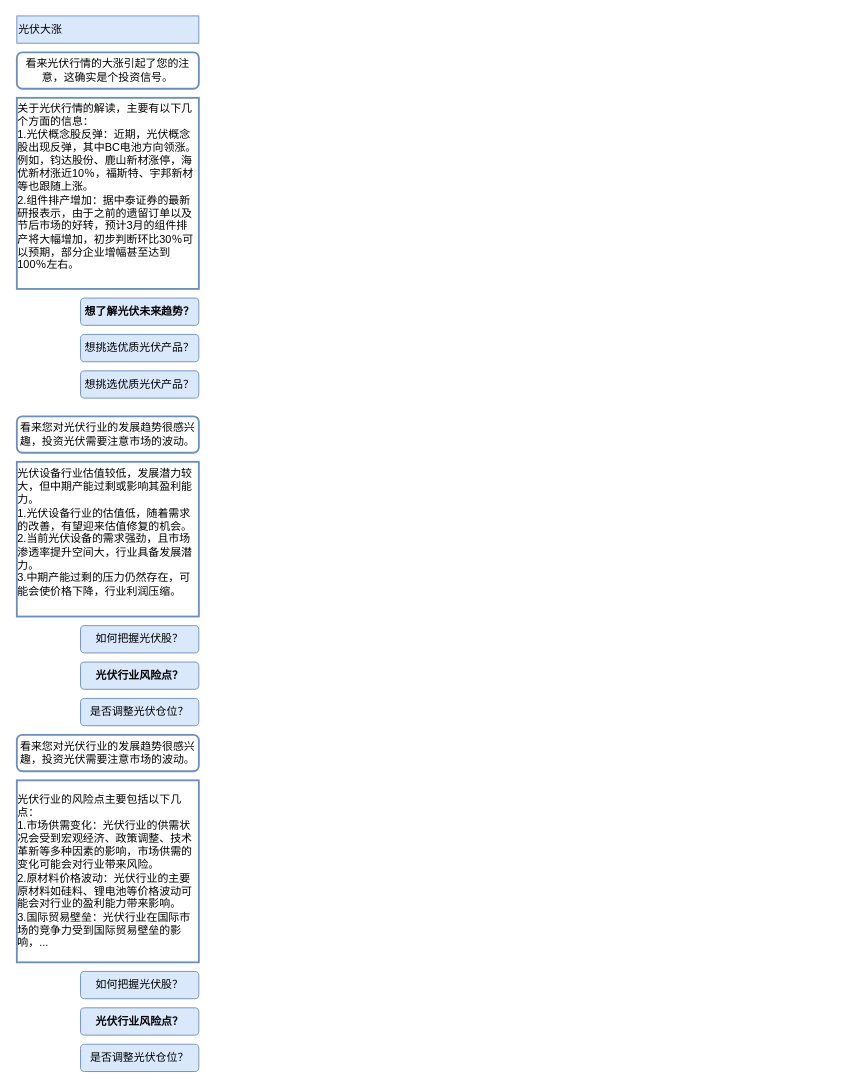
The draw.io diagram 中心场服务引导.drawio in ZhangHammer/ZhangHammer, before the edit. Source tidied: cells renumbered, new cells numbered last; positions are measured from the earlier drawing's top-left corner, leaving out a move shared by most shapes. Both pictures are drawn from the tidied source at 91%, with x=0, y=0 at pixel (16, 15).
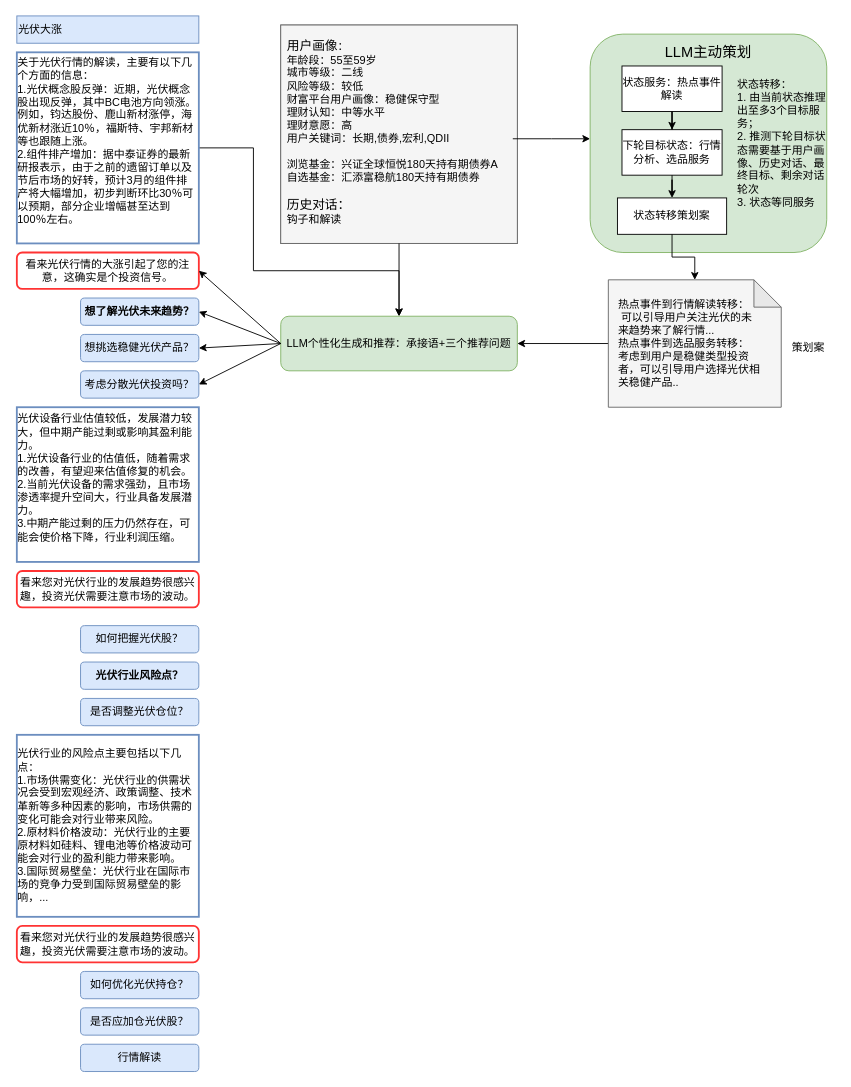
Above is the later version.

Commit message (it also covers changes not shown here):
中心场服务引导.drawio

The change refers to these unchanged cells:
```xml
<mxCell id="4" value="&lt;div class=&quot;lake-content&quot;&gt;&lt;strong&gt;想了解光伏未来趋势？&lt;/strong&gt;&lt;/div&gt;" style="rounded=1;whiteSpace=wrap;html=1;fillColor=#dae8fc;strokeColor=#6c8ebf;" parent="1" vertex="1">
  <mxGeometry x="70" y="310" width="130" height="30" as="geometry" />
</mxCell>
```

The edit, as a diff of the source:
```diff
@@
+    <mxCell id="18" style="edgeStyle=orthogonalEdgeStyle;rounded=0;jettySize=auto;html=1;exitX=1;exitY=0.5;exitDx=0;exitDy=0;entryX=0.5;entryY=0;entryDx=0;entryDy=0;" parent="1" edge="1" source="3" target="20">
+      <mxGeometry relative="1" as="geometry">
+        <Array as="points">
+          <mxPoint x="260" y="145" />
+          <mxPoint x="260" y="280" />
+          <mxPoint x="420" y="280" />
+        </Array>
+      </mxGeometry>
+    </mxCell>
     <mxCell id="3" value="&lt;div style=&quot;text-align: left;&quot;&gt;关于光伏行情的解读，主要有以下几个方面的信息：&lt;/div&gt;&lt;div style=&quot;text-align: left;&quot;&gt;1.光伏概念股反弹：近期，光伏概念股出现反弹，其中BC电池方向领涨。例如，钧达股份、鹿山新材涨停，海优新材涨近10％，福斯特、宇邦新材等也跟随上涨。&lt;/div&gt;&lt;div style=&quot;text-align: left;&quot;&gt;2.组件排产增加：据中泰证券的最新研报表示，由于之前的遗留订单以及节后市场的好转，预计3月的组件排产将大幅增加，初步判断环比30％可以预期，部分企业增幅甚至达到100％左右。&lt;/div&gt;&lt;div&gt;&lt;br&gt;&lt;/div&gt;" style="rounded=0;whiteSpace=wrap;html=1;fillColor=none;strokeColor=#6c8ebf;strokeWidth=2;" parent="1" vertex="1">
-      <mxGeometry y="90" width="200" height="210" as="geometry" />
+      <mxGeometry y="40" width="200" height="210" as="geometry" />
     </mxCell>
@@
-    <mxCell id="5" value="&lt;div class=&quot;lake-content&quot;&gt;&lt;div class=&quot;lake-content&quot;&gt;想挑选优质光伏产品？&lt;/div&gt;&lt;/div&gt;" style="rounded=1;whiteSpace=wrap;html=1;fillColor=#dae8fc;strokeColor=#6c8ebf;" parent="1" vertex="1">
+    <mxCell id="5" value="&lt;div class=&quot;lake-content&quot;&gt;&lt;div class=&quot;lake-content&quot;&gt;想挑选稳健光伏产品？&lt;/div&gt;&lt;/div&gt;" style="rounded=1;whiteSpace=wrap;html=1;fillColor=#dae8fc;strokeColor=#6c8ebf;" parent="1" vertex="1">
       <mxGeometry x="70" y="350" width="130" height="30" as="geometry" />
     </mxCell>
-    <mxCell id="6" value="&lt;div class=&quot;lake-content&quot;&gt;&lt;div class=&quot;lake-content&quot;&gt;想挑选优质光伏产品？&lt;/div&gt;&lt;/div&gt;" style="rounded=1;whiteSpace=wrap;html=1;fillColor=#dae8fc;strokeColor=#6c8ebf;" parent="1" vertex="1">
+    <mxCell id="6" value="&lt;div class=&quot;lake-content&quot;&gt;&lt;div class=&quot;lake-content&quot;&gt;&lt;div class=&quot;lake-content&quot;&gt;考虑分散光伏投资吗？&lt;/div&gt;&lt;/div&gt;&lt;/div&gt;" style="rounded=1;whiteSpace=wrap;html=1;fillColor=#dae8fc;strokeColor=#6c8ebf;" parent="1" vertex="1">
       <mxGeometry x="70" y="390" width="130" height="30" as="geometry" />
     </mxCell>
     <mxCell id="7" value="&lt;div style=&quot;text-align: left;&quot;&gt;&lt;div&gt;光伏设备行业估值较低，发展潜力较大，但中期产能过剩或影响其盈利能力。&lt;/div&gt;&lt;div&gt;1.光伏设备行业的估值低，随着需求的改善，有望迎来估值修复的机会。&lt;/div&gt;&lt;div&gt;2.当前光伏设备的需求强劲，且市场渗透率提升空间大，行业具备发展潜力。&lt;/div&gt;&lt;div&gt;3.中期产能过剩的压力仍然存在，可能会使价格下降，行业利润压缩。&lt;/div&gt;&lt;/div&gt;&lt;div&gt;&lt;br&gt;&lt;/div&gt;" style="rounded=0;whiteSpace=wrap;html=1;fillColor=none;strokeColor=#6c8ebf;strokeWidth=2;" parent="1" vertex="1">
-      <mxGeometry y="490" width="200" height="170" as="geometry" />
+      <mxGeometry y="430" width="200" height="170" as="geometry" />
     </mxCell>
@@
     <mxCell id="11" value="&lt;div style=&quot;text-align: left;&quot;&gt;&lt;div&gt;&lt;br&gt;&lt;/div&gt;&lt;div&gt;&lt;br&gt;&lt;/div&gt;&lt;div&gt;光伏行业的风险点主要包括以下几点：&lt;/div&gt;&lt;div&gt;1.市场供需变化：光伏行业的供需状况会受到宏观经济、政策调整、技术革新等多种因素的影响，市场供需的变化可能会对行业带来风险。&lt;/div&gt;&lt;div&gt;2.原材料价格波动：光伏行业的主要原材料如硅料、锂电池等价格波动可能会对行业的盈利能力带来影响。&lt;/div&gt;&lt;div&gt;3.国际贸易壁垒：光伏行业在国际市场的竞争力受到国际贸易壁垒的影响，...&lt;/div&gt;&lt;div&gt;&lt;br&gt;&lt;/div&gt;&lt;/div&gt;&lt;div&gt;&lt;br&gt;&lt;/div&gt;" style="rounded=0;whiteSpace=wrap;html=1;fillColor=none;strokeColor=#6c8ebf;strokeWidth=2;" parent="1" vertex="1">
-      <mxGeometry y="840" width="200" height="200" as="geometry" />
+      <mxGeometry y="790" width="200" height="200" as="geometry" />
     </mxCell>
-    <mxCell id="12" value="&lt;div class=&quot;lake-content&quot;&gt;&lt;div class=&quot;lake-content&quot;&gt;如何把握光伏股？&lt;/div&gt;&lt;/div&gt;" style="rounded=1;whiteSpace=wrap;html=1;fillColor=#dae8fc;strokeColor=#6c8ebf;" parent="1" vertex="1">
+    <mxCell id="12" value="&lt;div class=&quot;lake-content&quot;&gt;&lt;div class=&quot;lake-content&quot;&gt;&lt;div class=&quot;lake-content&quot;&gt;如何优化光伏持仓？&lt;/div&gt;&lt;/div&gt;&lt;/div&gt;" style="rounded=1;whiteSpace=wrap;html=1;fillColor=#dae8fc;strokeColor=#6c8ebf;" parent="1" vertex="1">
       <mxGeometry x="70" y="1050" width="130" height="30" as="geometry" />
     </mxCell>
-    <mxCell id="13" value="&lt;div class=&quot;lake-content&quot;&gt;&lt;div class=&quot;lake-content&quot;&gt;&lt;div class=&quot;lake-content&quot;&gt;&lt;strong&gt;光伏行业风险点？&lt;/strong&gt;&lt;/div&gt;&lt;/div&gt;&lt;/div&gt;" style="rounded=1;whiteSpace=wrap;html=1;fillColor=#dae8fc;strokeColor=#6c8ebf;" parent="1" vertex="1">
+    <mxCell id="13" value="&lt;div class=&quot;lake-content&quot;&gt;&lt;div class=&quot;lake-content&quot;&gt;&lt;div class=&quot;lake-content&quot;&gt;&lt;div class=&quot;lake-content&quot;&gt;是否应加仓光伏股？&lt;/div&gt;&lt;/div&gt;&lt;/div&gt;&lt;/div&gt;" style="rounded=1;whiteSpace=wrap;html=1;fillColor=#dae8fc;strokeColor=#6c8ebf;" parent="1" vertex="1">
       <mxGeometry x="70" y="1090" width="130" height="30" as="geometry" />
     </mxCell>
-    <mxCell id="14" value="&lt;div class=&quot;lake-content&quot;&gt;&lt;div class=&quot;lake-content&quot;&gt;&lt;div class=&quot;lake-content&quot;&gt;是否调整光伏仓位？&lt;/div&gt;&lt;/div&gt;&lt;/div&gt;" style="rounded=1;whiteSpace=wrap;html=1;fillColor=#dae8fc;strokeColor=#6c8ebf;" parent="1" vertex="1">
+    <mxCell id="14" value="&lt;div class=&quot;lake-content&quot;&gt;&lt;div class=&quot;lake-content&quot;&gt;&lt;div class=&quot;lake-content&quot;&gt;&lt;div class=&quot;lake-content&quot;&gt;行情解读&lt;/div&gt;&lt;/div&gt;&lt;/div&gt;&lt;/div&gt;" style="rounded=1;whiteSpace=wrap;html=1;fillColor=#dae8fc;strokeColor=#6c8ebf;" parent="1" vertex="1">
       <mxGeometry x="70" y="1130" width="130" height="30" as="geometry" />
     </mxCell>
-    <mxCell id="15" value="&lt;div class=&quot;lake-content&quot;&gt;看来光伏行情的大涨引起了您的注意，这确实是个投资信号。&lt;/div&gt;" style="rounded=1;whiteSpace=wrap;html=1;fillColor=none;strokeColor=#6c8ebf;strokeWidth=2;" parent="1" vertex="1">
-      <mxGeometry y="40" width="200" height="40" as="geometry" />
+    <mxCell id="15" value="&lt;div class=&quot;lake-content&quot;&gt;看来光伏行情的大涨引起了您的注意，这确实是个投资信号。&lt;/div&gt;" style="rounded=1;whiteSpace=wrap;html=1;fillColor=none;strokeColor=#FF3333;strokeWidth=2;" parent="1" vertex="1">
+      <mxGeometry y="260" width="200" height="40" as="geometry" />
     </mxCell>
-    <mxCell id="16" value="&lt;div class=&quot;lake-content&quot;&gt;&lt;div class=&quot;lake-content&quot;&gt;看来您对光伏行业的发展趋势很感兴趣，投资光伏需要注意市场的波动。&lt;/div&gt;&lt;/div&gt;" style="rounded=1;whiteSpace=wrap;html=1;fillColor=none;strokeColor=#6c8ebf;strokeWidth=2;" parent="1" vertex="1">
-      <mxGeometry y="440" width="200" height="40" as="geometry" />
+    <mxCell id="16" value="&lt;div class=&quot;lake-content&quot;&gt;&lt;div class=&quot;lake-content&quot;&gt;看来您对光伏行业的发展趋势很感兴趣，投资光伏需要注意市场的波动。&lt;/div&gt;&lt;/div&gt;" style="rounded=1;whiteSpace=wrap;html=1;fillColor=none;strokeColor=#FF3333;strokeWidth=2;" parent="1" vertex="1">
+      <mxGeometry y="610" width="200" height="40" as="geometry" />
     </mxCell>
-    <mxCell id="17" value="&lt;div class=&quot;lake-content&quot;&gt;&lt;div class=&quot;lake-content&quot;&gt;看来您对光伏行业的发展趋势很感兴趣，投资光伏需要注意市场的波动。&lt;/div&gt;&lt;/div&gt;" style="rounded=1;whiteSpace=wrap;html=1;fillColor=none;strokeColor=#6c8ebf;strokeWidth=2;" parent="1" vertex="1">
-      <mxGeometry y="790" width="200" height="40" as="geometry" />
+    <mxCell id="17" value="&lt;div class=&quot;lake-content&quot;&gt;&lt;div class=&quot;lake-content&quot;&gt;看来您对光伏行业的发展趋势很感兴趣，投资光伏需要注意市场的波动。&lt;/div&gt;&lt;/div&gt;" style="rounded=1;whiteSpace=wrap;html=1;fillColor=none;strokeColor=#FF3333;strokeWidth=2;" parent="1" vertex="1">
+      <mxGeometry y="1000" width="200" height="40" as="geometry" />
     </mxCell>
+    <mxCell id="19" style="group;fillColor=#f5f5f5;fontColor=#333333;strokeColor=#666666;" parent="1" vertex="1">
+      <mxGeometry x="290" y="10" width="260" height="240" as="geometry" />
+    </mxCell>
+    <mxCell id="20" value="LLM个性化生成和推荐：承接语+三个推荐问题" style="rounded=1;whiteSpace=wrap;html=1;fillColor=#d5e8d4;strokeColor=#82b366;" parent="1" vertex="1">
+      <mxGeometry x="290" y="330" width="260" height="60" as="geometry" />
+    </mxCell>
+    <mxCell id="21" style="rounded=0;whiteSpace=wrap;html=1;fillColor=#f5f5f5;fontColor=#333333;strokeColor=#666666;" parent="1" vertex="1">
+      <mxGeometry x="290" y="10" width="260" height="240" as="geometry" />
+    </mxCell>
+    <mxCell id="22" style="edgeStyle=orthogonalEdgeStyle;rounded=0;jettySize=auto;html=1;exitX=1;exitY=0.5;exitDx=0;exitDy=0;" parent="1" edge="1" source="24">
+      <mxGeometry relative="1" as="geometry">
+        <mxPoint x="630" y="135" as="targetPoint" />
+      </mxGeometry>
+    </mxCell>
+    <mxCell id="23" style="edgeStyle=orthogonalEdgeStyle;rounded=0;jettySize=auto;html=1;" parent="1" edge="1" source="24" target="20">
+      <mxGeometry relative="1" as="geometry" />
+    </mxCell>
+    <mxCell id="24" value="&lt;font style=&quot;font-size: 14px;&quot;&gt;用户画像&lt;/font&gt;&lt;font style=&quot;&quot;&gt;：&lt;br&gt;年龄段：55至59岁&lt;br style=&quot;caret-color: rgb(0, 0, 0); text-size-adjust: auto;&quot;&gt;&lt;span style=&quot;font-size: 12px; caret-color: rgb(0, 0, 0); font-family: -webkit-standard; text-size-adjust: auto;&quot;&gt;城市等级：二线&lt;/span&gt;&lt;br style=&quot;caret-color: rgb(0, 0, 0); text-size-adjust: auto;&quot;&gt;&lt;span style=&quot;font-size: 12px; caret-color: rgb(0, 0, 0); font-family: -webkit-standard; text-size-adjust: auto;&quot;&gt;风险等级：较低&lt;/span&gt;&lt;br style=&quot;caret-color: rgb(0, 0, 0); text-size-adjust: auto;&quot;&gt;&lt;span style=&quot;font-size: 12px; caret-color: rgb(0, 0, 0); font-family: -webkit-standard; text-size-adjust: auto;&quot;&gt;财富平台用户画像：稳健保守型&lt;/span&gt;&lt;br style=&quot;caret-color: rgb(0, 0, 0); text-size-adjust: auto;&quot;&gt;&lt;span style=&quot;font-size: 12px; caret-color: rgb(0, 0, 0); font-family: -webkit-standard; text-size-adjust: auto;&quot;&gt;理财认知：中等水平&lt;/span&gt;&lt;br style=&quot;caret-color: rgb(0, 0, 0); text-size-adjust: auto;&quot;&gt;&lt;span style=&quot;font-size: 12px; caret-color: rgb(0, 0, 0); font-family: -webkit-standard; text-size-adjust: auto;&quot;&gt;理财意愿：高&lt;/span&gt;&lt;br style=&quot;caret-color: rgb(0, 0, 0); text-size-adjust: auto;&quot;&gt;&lt;span style=&quot;font-size: 12px; caret-color: rgb(0, 0, 0); font-family: -webkit-standard; text-size-adjust: auto;&quot;&gt;用户关键词：长期,债券,宏利,QDII&lt;/span&gt;&lt;br style=&quot;caret-color: rgb(0, 0, 0); text-size-adjust: auto;&quot;&gt;&lt;br style=&quot;caret-color: rgb(0, 0, 0); text-size-adjust: auto;&quot;&gt;&lt;span style=&quot;font-size: 12px; caret-color: rgb(0, 0, 0); font-family: -webkit-standard; text-size-adjust: auto;&quot;&gt;浏览基金：兴证全球恒悦180天持有期债券A&lt;/span&gt;&lt;br style=&quot;caret-color: rgb(0, 0, 0); text-size-adjust: auto;&quot;&gt;&lt;span style=&quot;font-size: 12px; caret-color: rgb(0, 0, 0); font-family: -webkit-standard; text-size-adjust: auto;&quot;&gt;自选基金：汇添富稳航180天持有期债券&lt;br&gt;&lt;/span&gt;&lt;br&gt;&lt;font style=&quot;font-size: 14px;&quot;&gt;历史对话：&lt;/font&gt;&lt;br&gt;钩子和解读&lt;br style=&quot;caret-color: rgb(0, 0, 0); text-size-adjust: auto;&quot;&gt;&lt;br&gt;&lt;/font&gt;" style="text;html=1;align=left;verticalAlign=middle;whiteSpace=wrap;rounded=0;" parent="1" vertex="1">
+      <mxGeometry x="295" y="20" width="250" height="230" as="geometry" />
+    </mxCell>
+    <mxCell id="25" style="edgeStyle=orthogonalEdgeStyle;rounded=0;jettySize=auto;html=1;exitX=0;exitY=0.5;exitDx=0;exitDy=0;exitPerimeter=0;entryX=1;entryY=0.5;entryDx=0;entryDy=0;" parent="1" edge="1" source="26" target="20">
+      <mxGeometry relative="1" as="geometry" />
+    </mxCell>
+    <mxCell id="26" style="shape=note;whiteSpace=wrap;html=1;backgroundOutline=1;darkOpacity=0.05;fillColor=#f5f5f5;fontColor=#333333;strokeColor=#666666;" parent="1" vertex="1">
+      <mxGeometry x="650" y="290" width="190" height="140" as="geometry" />
+    </mxCell>
+    <mxCell id="27" value="&lt;div style=&quot;text-align: left;&quot;&gt;&lt;span style=&quot;background-color: initial;&quot;&gt;热点事件到行情解读转移：&lt;/span&gt;&lt;/div&gt;&lt;div style=&quot;text-align: left;&quot;&gt;&lt;span style=&quot;background-color: initial;&quot;&gt;&amp;nbsp;可以引导用户关注光伏的未来趋势来了解行情...&lt;/span&gt;&lt;/div&gt;&lt;div style=&quot;text-align: left;&quot;&gt;&lt;span style=&quot;background-color: initial;&quot;&gt;热点事件到选品服务转移：&lt;/span&gt;&lt;/div&gt;&lt;div style=&quot;text-align: left;&quot;&gt;&lt;span style=&quot;background-color: initial;&quot;&gt;考虑到用户是稳健类型投资者，可以引导用户选择光伏相关稳健产品..&lt;/span&gt;&lt;/div&gt;" style="text;html=1;align=center;verticalAlign=middle;whiteSpace=wrap;rounded=0;" parent="1" vertex="1">
+      <mxGeometry x="660" y="301.2" width="160" height="117.5" as="geometry" />
+    </mxCell>
+    <mxCell id="28" value="策划案" style="text;html=1;align=center;verticalAlign=middle;whiteSpace=wrap;rounded=0;" parent="1" vertex="1">
+      <mxGeometry x="840" y="350" width="60" height="30" as="geometry" />
+    </mxCell>
+    <mxCell id="29" style="group;" parent="1" vertex="1">
+      <mxGeometry x="630" y="20" width="260" height="240" as="geometry" />
+    </mxCell>
+    <mxCell id="30" style="rounded=1;whiteSpace=wrap;html=1;fillColor=#d5e8d4;strokeColor=#82b366;" parent="29" vertex="1">
+      <mxGeometry width="260" height="240" as="geometry" />
+    </mxCell>
+    <mxCell id="31" value="状态服务：热点事件解读" style="rounded=0;whiteSpace=wrap;html=1;" parent="29" vertex="1">
+      <mxGeometry x="35" y="35" width="110" height="50" as="geometry" />
+    </mxCell>
+    <mxCell id="32" value="下轮目标状态：行情分析、选品服务" style="rounded=0;whiteSpace=wrap;html=1;" parent="29" vertex="1">
+      <mxGeometry x="35" y="105" width="110" height="50" as="geometry" />
+    </mxCell>
+    <mxCell id="33" style="edgeStyle=orthogonalEdgeStyle;rounded=0;jettySize=auto;html=1;" parent="29" edge="1" source="31" target="32">
+      <mxGeometry relative="1" as="geometry" />
+    </mxCell>
+    <mxCell id="34" value="状态转移：&lt;br&gt;1. 由当前状态推理出至多3个目标服务；&lt;br&gt;2. 推测下轮目标状态需要基于用户画像、历史对话、最终目标、剩余对话轮次&lt;br&gt;3. 状态等同服务" style="text;html=1;align=left;verticalAlign=middle;whiteSpace=wrap;rounded=0;" parent="29" vertex="1">
+      <mxGeometry x="160" y="37.5" width="100" height="165" as="geometry" />
+    </mxCell>
+    <mxCell id="35" value="状态转移策划案" style="rounded=0;whiteSpace=wrap;html=1;" parent="29" vertex="1">
+      <mxGeometry x="30" y="180" width="120" height="40" as="geometry" />
+    </mxCell>
+    <mxCell id="36" style="edgeStyle=orthogonalEdgeStyle;rounded=0;jettySize=auto;html=1;" parent="29" edge="1" source="32" target="35">
+      <mxGeometry relative="1" as="geometry" />
+    </mxCell>
+    <mxCell id="37" value="&lt;font style=&quot;font-size: 16px;&quot;&gt;LLM主动策划&lt;/font&gt;" style="text;html=1;align=center;verticalAlign=middle;whiteSpace=wrap;rounded=0;" parent="29" vertex="1">
+      <mxGeometry x="80" y="5" width="100" height="30" as="geometry" />
+    </mxCell>
+    <mxCell id="38" style="edgeStyle=orthogonalEdgeStyle;rounded=0;jettySize=auto;html=1;exitX=0.5;exitY=1;exitDx=0;exitDy=0;entryX=0.5;entryY=0;entryDx=0;entryDy=0;entryPerimeter=0;" parent="1" edge="1" source="35" target="26">
+      <mxGeometry relative="1" as="geometry" />
+    </mxCell>
+    <mxCell id="39" style="endArrow=classic;html=1;rounded=0;exitX=0;exitY=0.5;exitDx=0;exitDy=0;entryX=1;entryY=0.5;entryDx=0;entryDy=0;" parent="1" edge="1" source="20" target="15">
+      <mxGeometry relative="1" as="geometry" />
+    </mxCell>
+    <mxCell id="40" style="endArrow=classic;html=1;rounded=0;entryX=1;entryY=0.5;entryDx=0;entryDy=0;" parent="1" edge="1" target="4">
+      <mxGeometry relative="1" as="geometry">
+        <mxPoint x="290" y="360" as="sourcePoint" />
+      </mxGeometry>
+    </mxCell>
+    <mxCell id="41" style="endArrow=classic;html=1;rounded=0;exitX=0;exitY=0.5;exitDx=0;exitDy=0;entryX=1;entryY=0.5;entryDx=0;entryDy=0;" parent="1" edge="1" source="20" target="5">
+      <mxGeometry relative="1" as="geometry" />
+    </mxCell>
+    <mxCell id="42" style="endArrow=classic;html=1;rounded=0;entryX=1;entryY=0.5;entryDx=0;entryDy=0;exitX=0;exitY=0.5;exitDx=0;exitDy=0;" parent="1" edge="1" source="20" target="6">
+      <mxGeometry relative="1" as="geometry" />
+    </mxCell>
```
